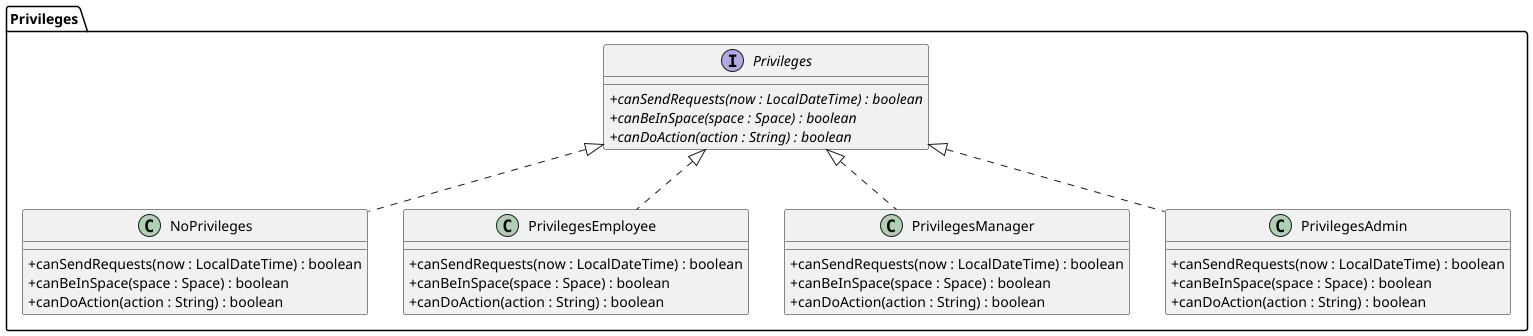
This is src/baseNoStates/uml/package_Privileges.png from PatataZezy/PracticaDS, a PlantUML export, as it was before one commit. The source it was exported from:
```plantuml
@startuml
skinparam classAttributeIconSize 0

package "Privileges" {
    interface "Privileges" {
        + {abstract} canSendRequests(now : LocalDateTime) : boolean
        + {abstract} canBeInSpace(space : Space) : boolean
        + {abstract} canDoAction(action : String) : boolean
    }

    class NoPrivileges implements "Privileges" {
        + canSendRequests(now : LocalDateTime) : boolean
        + canBeInSpace(space : Space) : boolean
        + canDoAction(action : String) : boolean
    }

    class PrivilegesEmployee implements "Privileges" {
        + canSendRequests(now : LocalDateTime) : boolean
        + canBeInSpace(space : Space) : boolean
        + canDoAction(action : String) : boolean
    }

    class PrivilegesManager implements "Privileges" {
        + canSendRequests(now : LocalDateTime) : boolean
        + canBeInSpace(space : Space) : boolean
        + canDoAction(action : String) : boolean
    }

    class PrivilegesAdmin implements "Privileges" {
        + canSendRequests(now : LocalDateTime) : boolean
        + canBeInSpace(space : Space) : boolean
        + canDoAction(action : String) : boolean
    }
}
@enduml
```
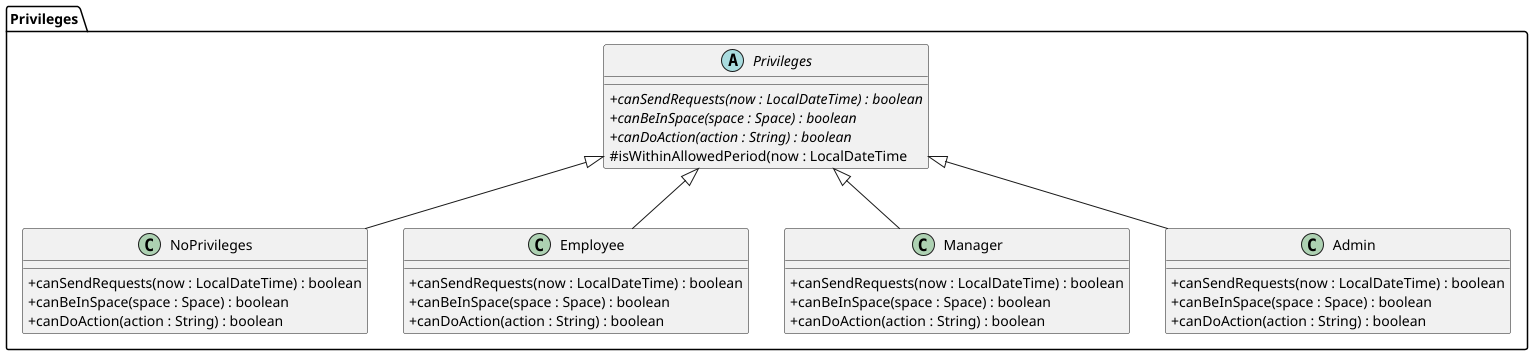
After the change.

Change to the diagram source:
```diff
@@ -2,31 +2,32 @@
 skinparam classAttributeIconSize 0
 
 package "Privileges" {
-    interface "Privileges" {
+    abstract class "Privileges" {
         + {abstract} canSendRequests(now : LocalDateTime) : boolean
         + {abstract} canBeInSpace(space : Space) : boolean
         + {abstract} canDoAction(action : String) : boolean
+        # isWithinAllowedPeriod(now : LocalDateTime
     }
 
-    class NoPrivileges implements "Privileges" {
+    class NoPrivileges extends "Privileges" {
         + canSendRequests(now : LocalDateTime) : boolean
         + canBeInSpace(space : Space) : boolean
         + canDoAction(action : String) : boolean
     }
 
-    class PrivilegesEmployee implements "Privileges" {
+    class Employee extends "Privileges" {
         + canSendRequests(now : LocalDateTime) : boolean
         + canBeInSpace(space : Space) : boolean
         + canDoAction(action : String) : boolean
     }
 
-    class PrivilegesManager implements "Privileges" {
+    class Manager extends "Privileges" {
         + canSendRequests(now : LocalDateTime) : boolean
         + canBeInSpace(space : Space) : boolean
         + canDoAction(action : String) : boolean
     }
 
-    class PrivilegesAdmin implements "Privileges" {
+    class Admin extends "Privileges" {
         + canSendRequests(now : LocalDateTime) : boolean
         + canBeInSpace(space : Space) : boolean
         + canDoAction(action : String) : boolean
```
